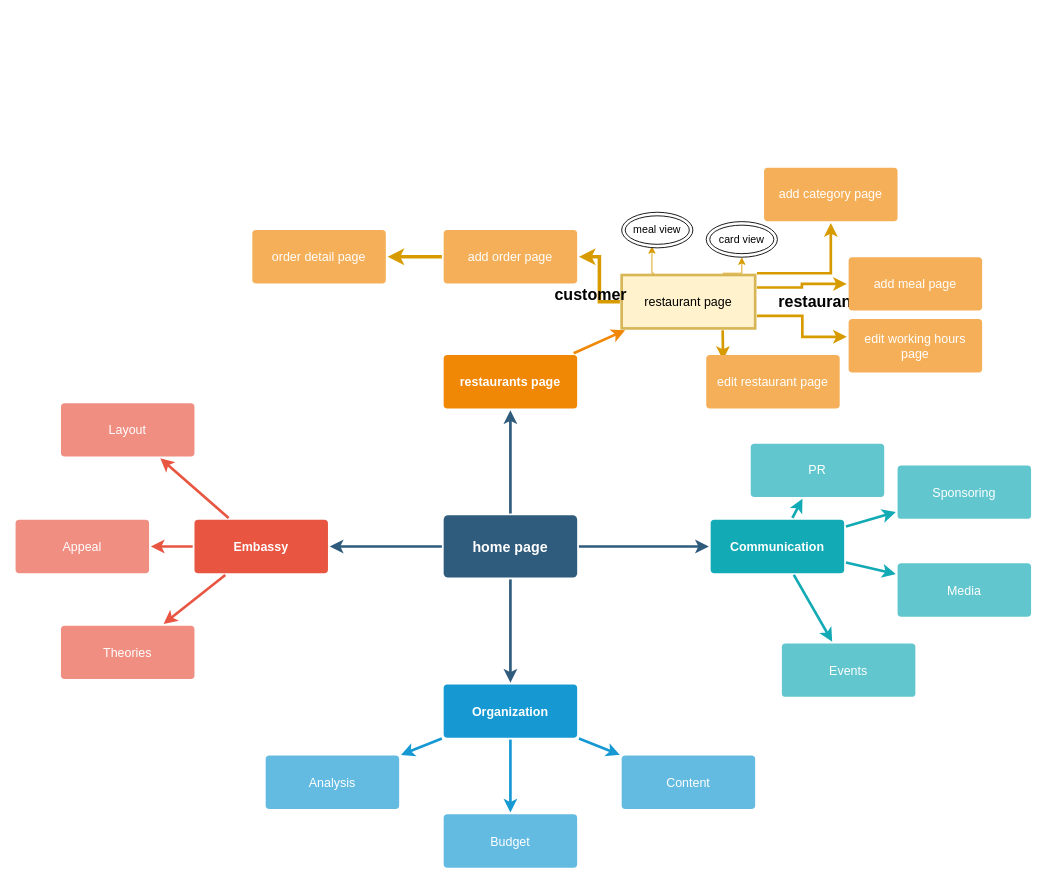
Before: Untitled Diagram.drawio in wasselak-com/docms, a draw.io diagram. Source tidied: cells renumbered, new cells numbered last; positions are measured from the earlier drawing's top-left corner, leaving out a move shared by most shapes. Both pictures are drawn from the tidied source at 89%, with x=0, y=0 at pixel (15, 167).
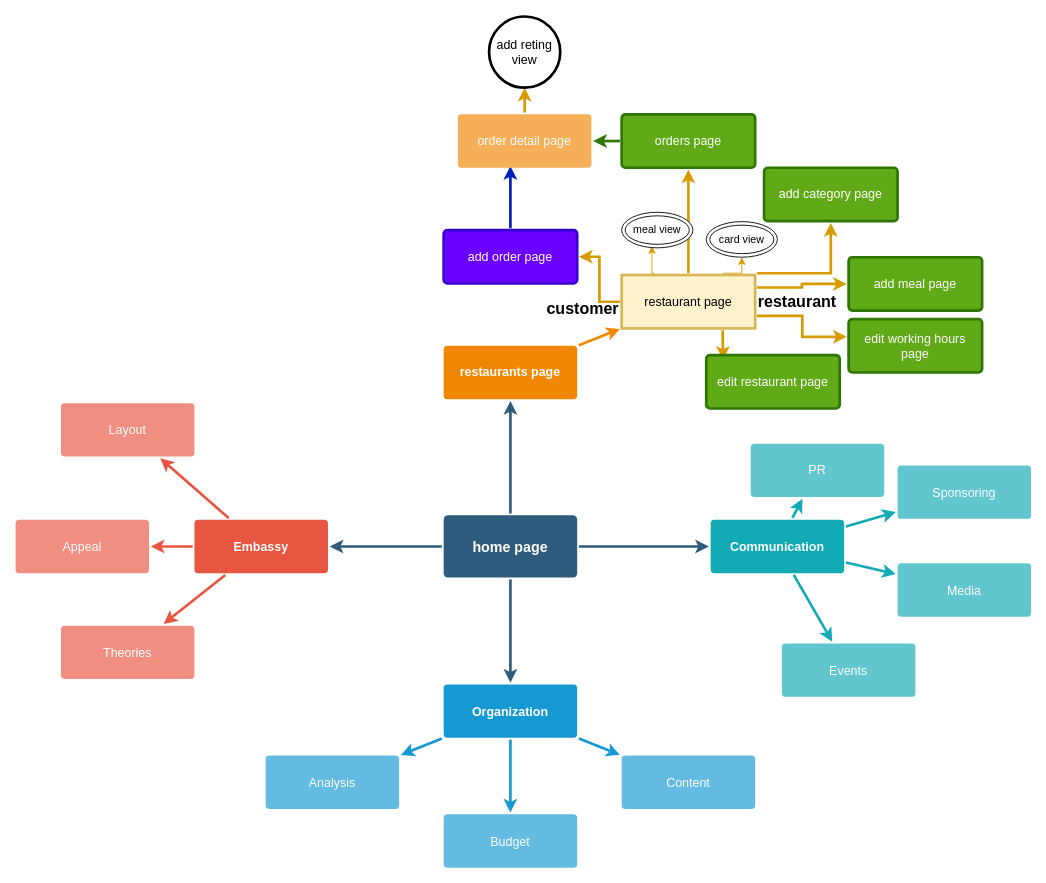
Above is the later version.

Unchanged cells that the change refers to:
```xml
<mxCell id="29" value="restaurant page" style="rounded=1;whiteSpace=wrap;html=1;shadow=0;labelBackgroundColor=none;strokeColor=#d6b656;strokeWidth=3;fillColor=#fff2cc;fontFamily=Helvetica;fontSize=14;align=center;spacing=5;arcSize=0;perimeterSpacing=2;" parent="1" vertex="1">
  <mxGeometry x="681" y="120.5" width="150" height="60" as="geometry" />
</mxCell>
```

Diff of the diagram source:
```diff
@@
     <mxCell id="21" value="restaurants page" style="rounded=1;whiteSpace=wrap;html=1;shadow=0;labelBackgroundColor=none;strokeColor=none;strokeWidth=3;fillColor=#F08705;fontFamily=Helvetica;fontSize=14;fontColor=#FFFFFF;align=center;spacing=5;fontStyle=1;arcSize=7;perimeterSpacing=2;" parent="1" vertex="1">
-      <mxGeometry x="481" y="210.5" width="150" height="60" as="geometry" />
+      <mxGeometry x="481" y="200" width="150" height="60" as="geometry" />
     </mxCell>
@@
-    <mxCell id="24" style="edgeStyle=orthogonalEdgeStyle;rounded=0;jettySize=auto;html=1;entryX=1;entryY=0.5;entryDx=0;entryDy=0;strokeWidth=4;fillColor=#ffe6cc;strokeColor=#d79b00;" parent="1" edge="1" source="29" target="32">
+    <mxCell id="24" style="edgeStyle=orthogonalEdgeStyle;rounded=0;jettySize=auto;html=1;entryX=1;entryY=0.5;entryDx=0;entryDy=0;strokeWidth=3;fillColor=#ffe6cc;strokeColor=#d79b00;" parent="1" edge="1" source="29" target="32">
       <mxGeometry relative="1" as="geometry" />
     </mxCell>
@@
+    <mxCell id="51" style="edgeStyle=orthogonalEdgeStyle;rounded=0;jettySize=auto;html=1;exitX=0.5;exitY=0;exitDx=0;exitDy=0;strokeWidth=3;fillColor=#ffe6cc;strokeColor=#d79b00;" parent="1" edge="1" source="29" target="54">
+      <mxGeometry relative="1" as="geometry" />
+    </mxCell>
@@
-    <mxCell id="31" style="edgeStyle=orthogonalEdgeStyle;rounded=0;jettySize=auto;html=1;exitX=0;exitY=0.5;exitDx=0;exitDy=0;entryX=1;entryY=0.5;entryDx=0;entryDy=0;strokeWidth=4;fillColor=#ffe6cc;strokeColor=#d79b00;" parent="1" edge="1" source="32" target="33">
+    <mxCell id="31" style="edgeStyle=orthogonalEdgeStyle;rounded=0;jettySize=auto;html=1;exitX=0.5;exitY=0;exitDx=0;exitDy=0;entryX=0.396;entryY=0.938;entryDx=0;entryDy=0;entryPerimeter=0;strokeWidth=3;fillColor=#0050ef;strokeColor=#001DBC;" parent="1" edge="1" source="32" target="33">
       <mxGeometry relative="1" as="geometry" />
     </mxCell>
-    <mxCell id="32" value="add order page" style="rounded=1;whiteSpace=wrap;html=1;shadow=0;labelBackgroundColor=none;strokeColor=none;strokeWidth=3;fillColor=#f5af58;fontFamily=Helvetica;fontSize=14;fontColor=#FFFFFF;align=center;spacing=5;arcSize=7;perimeterSpacing=2;" parent="1" vertex="1">
+    <mxCell id="32" value="add order page" style="rounded=1;whiteSpace=wrap;html=1;shadow=0;labelBackgroundColor=none;strokeColor=#3700CC;strokeWidth=3;fillColor=#6a00ff;fontFamily=Helvetica;fontSize=14;fontColor=#ffffff;align=center;spacing=5;arcSize=7;perimeterSpacing=2;" parent="1" vertex="1">
       <mxGeometry x="481" y="70" width="150" height="60" as="geometry" />
     </mxCell>
+    <mxCell id="52" style="edgeStyle=orthogonalEdgeStyle;rounded=0;jettySize=auto;html=1;strokeWidth=3;fillColor=#ffe6cc;strokeColor=#d79b00;" parent="1" edge="1" source="33" target="55">
+      <mxGeometry relative="1" as="geometry" />
+    </mxCell>
     <mxCell id="33" value="order&amp;nbsp;detail page" style="rounded=1;whiteSpace=wrap;html=1;shadow=0;labelBackgroundColor=none;strokeColor=none;strokeWidth=3;fillColor=#f5af58;fontFamily=Helvetica;fontSize=14;fontColor=#FFFFFF;align=center;spacing=5;arcSize=7;perimeterSpacing=2;" parent="1" vertex="1">
-      <mxGeometry x="266" y="70" width="150" height="60" as="geometry" />
+      <mxGeometry x="497" y="-60" width="150" height="60" as="geometry" />
     </mxCell>
@@
     <mxCell id="45" value="&lt;h2&gt;customer&lt;/h2&gt;" style="text;html=1;align=center;verticalAlign=middle;strokeColor=none;fillColor=none;" parent="1" vertex="1">
-      <mxGeometry x="596" y="113" width="100" height="60" as="geometry" />
+      <mxGeometry x="587" y="129" width="100" height="60" as="geometry" />
     </mxCell>
     <mxCell id="46" value="&lt;h2&gt;restaurant&lt;br&gt;&lt;/h2&gt;" style="text;html=1;align=center;verticalAlign=middle;strokeColor=none;fillColor=none;" parent="1" vertex="1">
-      <mxGeometry x="846" y="120.5" width="110" height="60" as="geometry" />
+      <mxGeometry x="823" y="120.5" width="110" height="60" as="geometry" />
     </mxCell>
-    <mxCell id="47" value="add category page" style="rounded=1;whiteSpace=wrap;html=1;shadow=0;labelBackgroundColor=none;strokeColor=none;strokeWidth=3;fillColor=#f5af58;fontFamily=Helvetica;fontSize=14;fontColor=#FFFFFF;align=center;spacing=5;arcSize=7;perimeterSpacing=2;" parent="1" vertex="1">
+    <mxCell id="47" value="add category page" style="rounded=1;whiteSpace=wrap;html=1;shadow=0;labelBackgroundColor=none;strokeColor=#2D7600;strokeWidth=3;fillColor=#60a917;fontFamily=Helvetica;fontSize=14;align=center;spacing=5;arcSize=7;perimeterSpacing=2;fontColor=#ffffff;" parent="1" vertex="1">
       <mxGeometry x="841" width="150" height="60" as="geometry" />
     </mxCell>
-    <mxCell id="48" value="add meal page" style="rounded=1;whiteSpace=wrap;html=1;shadow=0;labelBackgroundColor=none;strokeColor=none;strokeWidth=3;fillColor=#f5af58;fontFamily=Helvetica;fontSize=14;fontColor=#FFFFFF;align=center;spacing=5;arcSize=7;perimeterSpacing=2;" parent="1" vertex="1">
+    <mxCell id="48" value="add meal page" style="rounded=1;whiteSpace=wrap;html=1;shadow=0;labelBackgroundColor=none;strokeColor=#2D7600;strokeWidth=3;fillColor=#60a917;fontFamily=Helvetica;fontSize=14;fontColor=#ffffff;align=center;spacing=5;arcSize=7;perimeterSpacing=2;" parent="1" vertex="1">
       <mxGeometry x="936" y="100.5" width="150" height="60" as="geometry" />
     </mxCell>
-    <mxCell id="49" value="edit working hours page" style="rounded=1;whiteSpace=wrap;html=1;shadow=0;labelBackgroundColor=none;strokeColor=none;strokeWidth=3;fillColor=#f5af58;fontFamily=Helvetica;fontSize=14;fontColor=#FFFFFF;align=center;spacing=5;arcSize=7;perimeterSpacing=2;" parent="1" vertex="1">
+    <mxCell id="49" value="edit working hours page" style="rounded=1;whiteSpace=wrap;html=1;shadow=0;labelBackgroundColor=none;strokeColor=#2D7600;strokeWidth=3;fillColor=#60a917;fontFamily=Helvetica;fontSize=14;fontColor=#ffffff;align=center;spacing=5;arcSize=7;perimeterSpacing=2;" parent="1" vertex="1">
       <mxGeometry x="936" y="170" width="150" height="60" as="geometry" />
     </mxCell>
-    <mxCell id="50" value="edit restaurant page" style="rounded=1;whiteSpace=wrap;html=1;shadow=0;labelBackgroundColor=none;strokeColor=none;strokeWidth=3;fillColor=#f5af58;fontFamily=Helvetica;fontSize=14;fontColor=#FFFFFF;align=center;spacing=5;arcSize=7;perimeterSpacing=2;" parent="1" vertex="1">
+    <mxCell id="50" value="edit restaurant page" style="rounded=1;whiteSpace=wrap;html=1;shadow=0;labelBackgroundColor=none;strokeColor=#2D7600;strokeWidth=3;fillColor=#60a917;fontFamily=Helvetica;fontSize=14;fontColor=#ffffff;align=center;spacing=5;arcSize=7;perimeterSpacing=2;" parent="1" vertex="1">
       <mxGeometry x="776" y="210.5" width="150" height="60" as="geometry" />
     </mxCell>
+    <mxCell id="53" style="edgeStyle=orthogonalEdgeStyle;rounded=0;jettySize=auto;html=1;exitX=0;exitY=0.5;exitDx=0;exitDy=0;entryX=1;entryY=0.5;entryDx=0;entryDy=0;strokeWidth=3;fillColor=#60a917;strokeColor=#2D7600;" parent="1" edge="1" source="54" target="33">
+      <mxGeometry relative="1" as="geometry" />
+    </mxCell>
+    <mxCell id="54" value="orders page" style="rounded=1;whiteSpace=wrap;html=1;shadow=0;labelBackgroundColor=none;strokeColor=#2D7600;strokeWidth=3;fillColor=#60a917;fontFamily=Helvetica;fontSize=14;fontColor=#ffffff;align=center;spacing=5;arcSize=7;perimeterSpacing=2;" parent="1" vertex="1">
+      <mxGeometry x="681" y="-60" width="150" height="60" as="geometry" />
+    </mxCell>
+    <mxCell id="55" value="add reting view" style="ellipse;whiteSpace=wrap;html=1;fontSize=14;rounded=1;shadow=0;labelBackgroundColor=none;strokeWidth=3;spacing=5;arcSize=7;" parent="1" vertex="1">
+      <mxGeometry x="532" y="-170" width="80" height="80" as="geometry" />
+    </mxCell>
```
